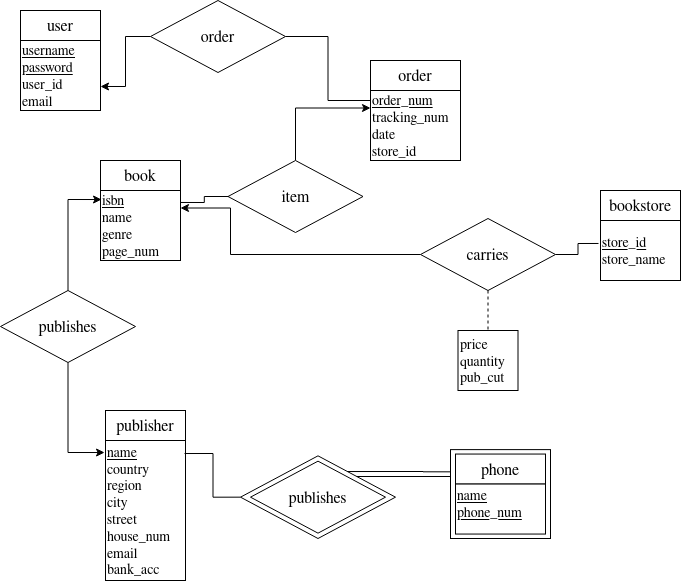
Before: Report/images/ERDiagram.png, a diagram exported from draw.io (AdamPayzant/COMP3005_Project). Source tidied: cells renumbered, new cells last; positions are measured from the earlier drawing's top-left corner, leaving out a move shared by most shapes. Its diagram source:
```xml
<mxGraphModel>
  <root>
    <mxCell id="0" />
    <mxCell id="1" parent="0" />
    <mxCell id="2" value="&lt;font style=&quot;font-size: 16px&quot;&gt;book&lt;/font&gt;" style="rounded=0;whiteSpace=wrap;html=1;" parent="1" vertex="1">
      <mxGeometry x="100" y="160" width="80" height="30" as="geometry" />
    </mxCell>
    <mxCell id="3" value="&lt;font style=&quot;font-size: 14px&quot;&gt;&lt;u&gt;isbn&lt;/u&gt;&lt;/font&gt;&lt;div style=&quot;font-size: 14px&quot;&gt;&lt;font style=&quot;font-size: 14px&quot;&gt;name&lt;/font&gt;&lt;/div&gt;&lt;div style=&quot;font-size: 14px&quot;&gt;&lt;font style=&quot;font-size: 14px&quot;&gt;genre&lt;/font&gt;&lt;/div&gt;&lt;div style=&quot;font-size: 14px&quot;&gt;&lt;font style=&quot;font-size: 14px&quot;&gt;page_num&lt;br&gt;&lt;/font&gt;&lt;/div&gt;" style="rounded=0;whiteSpace=wrap;html=1;align=left;" parent="1" vertex="1">
      <mxGeometry x="100" y="190" width="80" height="70" as="geometry" />
    </mxCell>
    <mxCell id="4" value="&lt;font style=&quot;font-size: 16px&quot;&gt;user&lt;br&gt;&lt;/font&gt;" style="rounded=0;whiteSpace=wrap;html=1;" parent="1" vertex="1">
      <mxGeometry x="20" y="10" width="80" height="30" as="geometry" />
    </mxCell>
    <mxCell id="5" value="&lt;div style=&quot;font-size: 14px&quot; align=&quot;left&quot;&gt;&lt;font style=&quot;font-size: 14px&quot;&gt;&lt;u&gt;username&lt;/u&gt;&lt;/font&gt;&lt;/div&gt;&lt;div style=&quot;font-size: 14px&quot; align=&quot;left&quot;&gt;&lt;font style=&quot;font-size: 14px&quot;&gt;&lt;u&gt;password&lt;/u&gt;&lt;/font&gt;&lt;/div&gt;&lt;div style=&quot;font-size: 14px&quot; align=&quot;left&quot;&gt;&lt;font style=&quot;font-size: 14px&quot;&gt;user_id&lt;br&gt;&lt;/font&gt;&lt;/div&gt;&lt;div style=&quot;font-size: 14px&quot; align=&quot;left&quot;&gt;&lt;font style=&quot;font-size: 14px&quot;&gt;email&lt;br&gt;&lt;/font&gt;&lt;/div&gt;" style="rounded=0;whiteSpace=wrap;html=1;align=left;" parent="1" vertex="1">
      <mxGeometry x="20" y="40" width="80" height="70" as="geometry" />
    </mxCell>
    <mxCell id="6" value="&lt;font style=&quot;font-size: 16px&quot;&gt;order&lt;/font&gt;" style="rounded=0;whiteSpace=wrap;html=1;" parent="1" vertex="1">
      <mxGeometry x="370" y="60" width="90" height="30" as="geometry" />
    </mxCell>
    <mxCell id="7" value="&lt;div style=&quot;font-size: 14px&quot;&gt;&lt;font style=&quot;font-size: 14px&quot;&gt;&lt;u&gt;order_num&lt;/u&gt;&lt;/font&gt;&lt;/div&gt;&lt;div style=&quot;font-size: 14px&quot;&gt;&lt;font style=&quot;font-size: 14px&quot;&gt;tracking_num&lt;br&gt;&lt;/font&gt;&lt;/div&gt;&lt;div style=&quot;font-size: 14px&quot;&gt;&lt;font style=&quot;font-size: 14px&quot;&gt;date&lt;/font&gt;&lt;/div&gt;&lt;div style=&quot;font-size: 14px&quot;&gt;&lt;font style=&quot;font-size: 14px&quot;&gt;store_id&lt;br&gt;&lt;/font&gt;&lt;/div&gt;" style="rounded=0;whiteSpace=wrap;html=1;align=left;" parent="1" vertex="1">
      <mxGeometry x="370" y="90" width="90" height="70" as="geometry" />
    </mxCell>
    <mxCell id="8" value="&lt;font style=&quot;font-size: 16px&quot;&gt;publisher&lt;/font&gt;" style="rounded=0;whiteSpace=wrap;html=1;" parent="1" vertex="1">
      <mxGeometry x="105" y="410" width="80" height="30" as="geometry" />
    </mxCell>
    <mxCell id="9" value="&lt;div style=&quot;font-size: 14px&quot; align=&quot;left&quot;&gt;&lt;font style=&quot;font-size: 14px&quot;&gt;&lt;u&gt;name&lt;br&gt;&lt;/u&gt;&lt;/font&gt;&lt;/div&gt;&lt;div style=&quot;font-size: 14px&quot; align=&quot;left&quot;&gt;&lt;font style=&quot;font-size: 14px&quot;&gt;country&lt;/font&gt;&lt;/div&gt;&lt;div style=&quot;font-size: 14px&quot; align=&quot;left&quot;&gt;&lt;font style=&quot;font-size: 14px&quot;&gt;region&lt;br&gt;&lt;/font&gt;&lt;/div&gt;&lt;div style=&quot;font-size: 14px&quot; align=&quot;left&quot;&gt;&lt;font style=&quot;font-size: 14px&quot;&gt;city&lt;/font&gt;&lt;/div&gt;&lt;div style=&quot;font-size: 14px&quot; align=&quot;left&quot;&gt;&lt;font style=&quot;font-size: 14px&quot;&gt;street&lt;/font&gt;&lt;/div&gt;&lt;div style=&quot;font-size: 14px&quot; align=&quot;left&quot;&gt;&lt;font style=&quot;font-size: 14px&quot;&gt;house_num&lt;br&gt;&lt;/font&gt;&lt;/div&gt;&lt;div style=&quot;font-size: 14px&quot; align=&quot;left&quot;&gt;email&lt;/div&gt;&lt;div style=&quot;font-size: 14px&quot; align=&quot;left&quot;&gt;bank_acc&lt;br&gt;&lt;font style=&quot;font-size: 14px&quot;&gt;&lt;u&gt;&lt;/u&gt;&lt;/font&gt;&lt;/div&gt;" style="rounded=0;whiteSpace=wrap;html=1;align=left;" parent="1" vertex="1">
      <mxGeometry x="105" y="440" width="80" height="140" as="geometry" />
    </mxCell>
    <mxCell id="10" value="&lt;font style=&quot;font-size: 16px&quot;&gt;phone&lt;br&gt;&lt;/font&gt;" style="rounded=0;whiteSpace=wrap;html=1;" parent="1" vertex="1">
      <mxGeometry x="455" y="453.6" width="90" height="30" as="geometry" />
    </mxCell>
    <mxCell id="11" value="&lt;div style=&quot;font-size: 14px&quot; align=&quot;left&quot;&gt;&lt;font style=&quot;font-size: 14px&quot;&gt;&lt;br&gt;&lt;/font&gt;&lt;/div&gt;&lt;div style=&quot;font-size: 14px&quot; align=&quot;left&quot;&gt;&lt;font style=&quot;font-size: 14px&quot;&gt;&lt;u&gt;name&lt;/u&gt;&lt;/font&gt;&lt;/div&gt;&lt;div style=&quot;font-size: 14px&quot; align=&quot;left&quot;&gt;&lt;font style=&quot;font-size: 14px&quot;&gt;&lt;u&gt;phone_num&lt;/u&gt;&lt;br&gt;&lt;/font&gt;&lt;/div&gt;&lt;div&gt;&lt;br&gt;&lt;/div&gt;&lt;div&gt;&lt;br&gt;&lt;/div&gt;" style="rounded=0;whiteSpace=wrap;html=1;align=left;" parent="1" vertex="1">
      <mxGeometry x="455" y="483.6" width="90" height="50" as="geometry" />
    </mxCell>
    <mxCell id="12" value="&lt;font style=&quot;font-size: 16px&quot;&gt;bookstore&lt;/font&gt;" style="rounded=0;whiteSpace=wrap;html=1;" parent="1" vertex="1">
      <mxGeometry x="600" y="190" width="80" height="30" as="geometry" />
    </mxCell>
    <mxCell id="13" value="&lt;div style=&quot;font-size: 14px&quot; align=&quot;left&quot;&gt;&lt;u&gt;store_id&lt;br&gt;&lt;/u&gt;&lt;/div&gt;&lt;div style=&quot;font-size: 14px&quot; align=&quot;left&quot;&gt;store_name&lt;br&gt;&lt;u&gt;&lt;/u&gt;&lt;/div&gt;" style="rounded=0;whiteSpace=wrap;html=1;align=left;" parent="1" vertex="1">
      <mxGeometry x="600" y="220" width="80" height="60" as="geometry" />
    </mxCell>
    <mxCell id="14" style="edgeStyle=orthogonalEdgeStyle;rounded=0;jettySize=auto;html=1;entryX=-0.012;entryY=0.086;entryDx=0;entryDy=0;entryPerimeter=0;startArrow=none;startFill=0;" parent="1" edge="1" source="16" target="9">
      <mxGeometry relative="1" as="geometry" />
    </mxCell>
    <mxCell id="15" style="edgeStyle=orthogonalEdgeStyle;rounded=0;jettySize=auto;html=1;exitX=0.5;exitY=0;exitDx=0;exitDy=0;entryX=0.013;entryY=0.129;entryDx=0;entryDy=0;entryPerimeter=0;startArrow=none;startFill=0;" parent="1" edge="1" source="16" target="3">
      <mxGeometry relative="1" as="geometry" />
    </mxCell>
    <mxCell id="16" value="&lt;font style=&quot;font-size: 16px&quot;&gt;publishes&lt;/font&gt;" style="rhombus;whiteSpace=wrap;html=1;" parent="1" vertex="1">
      <mxGeometry y="290" width="135" height="72" as="geometry" />
    </mxCell>
    <mxCell id="17" style="edgeStyle=orthogonalEdgeStyle;rounded=0;jettySize=auto;html=1;exitX=0;exitY=0.5;exitDx=0;exitDy=0;entryX=1;entryY=0.171;entryDx=0;entryDy=0;entryPerimeter=0;startArrow=none;startFill=0;endArrow=none;endFill=0;" parent="1" edge="1" source="19" target="3">
      <mxGeometry relative="1" as="geometry" />
    </mxCell>
    <mxCell id="18" style="edgeStyle=orthogonalEdgeStyle;rounded=0;jettySize=auto;html=1;exitX=0.5;exitY=0;exitDx=0;exitDy=0;entryX=0;entryY=0.25;entryDx=0;entryDy=0;startArrow=none;startFill=0;" parent="1" edge="1" source="19" target="7">
      <mxGeometry relative="1" as="geometry" />
    </mxCell>
    <mxCell id="19" value="&lt;font style=&quot;font-size: 16px&quot;&gt;item&lt;/font&gt;" style="rhombus;whiteSpace=wrap;html=1;" parent="1" vertex="1">
      <mxGeometry x="227.5" y="160" width="135" height="72" as="geometry" />
    </mxCell>
    <mxCell id="20" style="edgeStyle=orthogonalEdgeStyle;rounded=0;jettySize=auto;html=1;exitX=0;exitY=0.5;exitDx=0;exitDy=0;entryX=1;entryY=0.657;entryDx=0;entryDy=0;entryPerimeter=0;startArrow=none;startFill=0;" parent="1" edge="1" source="22" target="5">
      <mxGeometry relative="1" as="geometry" />
    </mxCell>
    <mxCell id="21" style="edgeStyle=orthogonalEdgeStyle;rounded=0;jettySize=auto;html=1;exitX=1;exitY=0.5;exitDx=0;exitDy=0;entryX=0;entryY=0.143;entryDx=0;entryDy=0;entryPerimeter=0;startArrow=none;startFill=0;endArrow=none;endFill=0;" parent="1" edge="1" source="22" target="7">
      <mxGeometry relative="1" as="geometry" />
    </mxCell>
    <mxCell id="22" value="&lt;font style=&quot;font-size: 16px&quot;&gt;order&lt;/font&gt;" style="rhombus;whiteSpace=wrap;html=1;" parent="1" vertex="1">
      <mxGeometry x="150" width="135" height="72" as="geometry" />
    </mxCell>
    <mxCell id="23" style="edgeStyle=orthogonalEdgeStyle;rounded=0;jettySize=auto;html=1;exitX=1;exitY=0.5;exitDx=0;exitDy=0;entryX=-0.025;entryY=0.383;entryDx=0;entryDy=0;entryPerimeter=0;startArrow=none;startFill=0;endArrow=none;endFill=0;" parent="1" edge="1" source="26" target="13">
      <mxGeometry relative="1" as="geometry" />
    </mxCell>
    <mxCell id="24" style="edgeStyle=orthogonalEdgeStyle;rounded=0;jettySize=auto;html=1;exitX=0;exitY=0.5;exitDx=0;exitDy=0;entryX=1;entryY=0.25;entryDx=0;entryDy=0;startArrow=none;startFill=0;" parent="1" edge="1" source="26" target="3">
      <mxGeometry relative="1" as="geometry">
        <Array as="points">
          <mxPoint x="230" y="254" />
          <mxPoint x="230" y="208" />
        </Array>
      </mxGeometry>
    </mxCell>
    <mxCell id="25" style="edgeStyle=orthogonalEdgeStyle;rounded=0;jettySize=auto;html=1;entryX=0.5;entryY=0;entryDx=0;entryDy=0;startArrow=none;startFill=0;endArrow=none;endFill=0;dashed=1;" parent="1" edge="1" source="26" target="27">
      <mxGeometry relative="1" as="geometry" />
    </mxCell>
    <mxCell id="26" value="&lt;font style=&quot;font-size: 16px&quot;&gt;carries&lt;/font&gt;" style="rhombus;whiteSpace=wrap;html=1;" parent="1" vertex="1">
      <mxGeometry x="420" y="218" width="135" height="72" as="geometry" />
    </mxCell>
    <mxCell id="27" value="&lt;div style=&quot;font-size: 14px&quot; align=&quot;left&quot;&gt;&lt;font style=&quot;font-size: 14px&quot;&gt;price&lt;/font&gt;&lt;/div&gt;&lt;div style=&quot;font-size: 14px&quot; align=&quot;left&quot;&gt;&lt;font style=&quot;font-size: 14px&quot;&gt;quantity&lt;/font&gt;&lt;/div&gt;&lt;div style=&quot;font-size: 14px&quot; align=&quot;left&quot;&gt;&lt;font style=&quot;font-size: 14px&quot;&gt;pub_cut&lt;br&gt;&lt;/font&gt;&lt;/div&gt;" style="rounded=0;whiteSpace=wrap;html=1;align=left;" parent="1" vertex="1">
      <mxGeometry x="457.5" y="330" width="60" height="60" as="geometry" />
    </mxCell>
    <mxCell id="28" style="edgeStyle=orthogonalEdgeStyle;rounded=0;jettySize=auto;html=1;exitX=0;exitY=0.25;exitDx=0;exitDy=0;entryX=0.69;entryY=0.19;entryDx=0;entryDy=0;entryPerimeter=0;startArrow=none;startFill=0;endArrow=none;endFill=0;" parent="1" edge="1" source="30" target="33">
      <mxGeometry relative="1" as="geometry" />
    </mxCell>
    <mxCell id="29" style="edgeStyle=orthogonalEdgeStyle;rounded=0;jettySize=auto;html=1;exitX=0;exitY=0.5;exitDx=0;exitDy=0;entryX=1;entryY=0;entryDx=0;entryDy=0;startArrow=none;startFill=0;endArrow=none;endFill=0;" parent="1" edge="1" source="30" target="33">
      <mxGeometry relative="1" as="geometry">
        <Array as="points">
          <mxPoint x="450" y="476" />
        </Array>
      </mxGeometry>
    </mxCell>
    <mxCell id="30" style="rounded=0;whiteSpace=wrap;html=1;fillColor=none;" parent="1" vertex="1">
      <mxGeometry x="450" y="449.1" width="100" height="88.9" as="geometry" />
    </mxCell>
    <mxCell id="31" value="&lt;font style=&quot;font-size: 16px&quot;&gt;publishes&lt;/font&gt;" style="rhombus;whiteSpace=wrap;html=1;" parent="1" vertex="1">
      <mxGeometry x="250" y="460.7" width="135" height="72" as="geometry" />
    </mxCell>
    <mxCell id="32" style="edgeStyle=orthogonalEdgeStyle;rounded=0;jettySize=auto;html=1;exitX=0;exitY=0.5;exitDx=0;exitDy=0;entryX=0.988;entryY=0.093;entryDx=0;entryDy=0;entryPerimeter=0;startArrow=none;startFill=0;endArrow=none;endFill=0;" parent="1" edge="1" source="33" target="9">
      <mxGeometry relative="1" as="geometry" />
    </mxCell>
    <mxCell id="33" style="rhombus;whiteSpace=wrap;html=1;fillColor=none;" parent="1" vertex="1">
      <mxGeometry x="240" y="455.3" width="155" height="82.7" as="geometry" />
    </mxCell>
  </root>
</mxGraphModel>
```
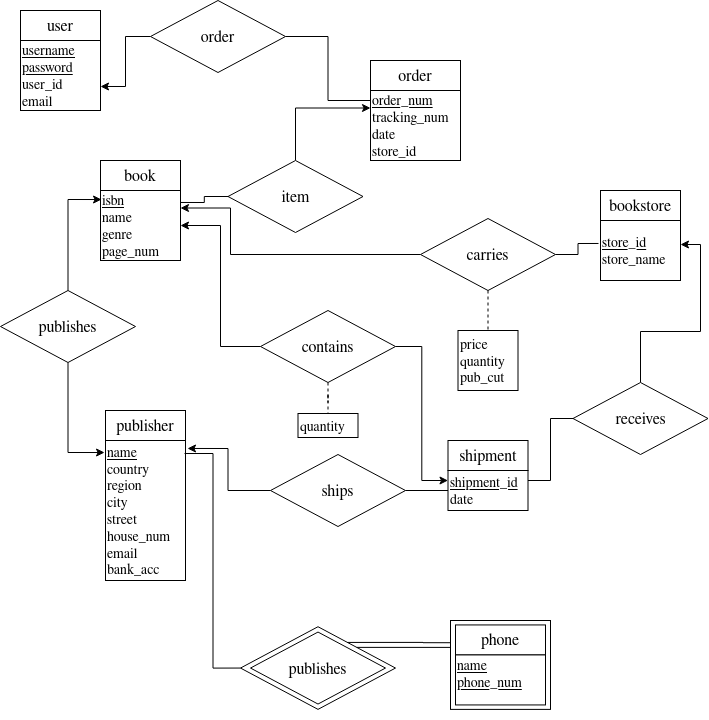
After the change.

Commit message:
Finished ER, Relations, and Diagram in Report

What changed in the source:
```diff
@@ -27,10 +27,10 @@
       <mxGeometry x="105" y="440" width="80" height="140" as="geometry" />
     </mxCell>
     <mxCell id="10" value="&lt;font style=&quot;font-size: 16px&quot;&gt;phone&lt;br&gt;&lt;/font&gt;" style="rounded=0;whiteSpace=wrap;html=1;" parent="1" vertex="1">
-      <mxGeometry x="455" y="453.6" width="90" height="30" as="geometry" />
+      <mxGeometry x="455" y="624.4" width="90" height="30" as="geometry" />
     </mxCell>
     <mxCell id="11" value="&lt;div style=&quot;font-size: 14px&quot; align=&quot;left&quot;&gt;&lt;font style=&quot;font-size: 14px&quot;&gt;&lt;br&gt;&lt;/font&gt;&lt;/div&gt;&lt;div style=&quot;font-size: 14px&quot; align=&quot;left&quot;&gt;&lt;font style=&quot;font-size: 14px&quot;&gt;&lt;u&gt;name&lt;/u&gt;&lt;/font&gt;&lt;/div&gt;&lt;div style=&quot;font-size: 14px&quot; align=&quot;left&quot;&gt;&lt;font style=&quot;font-size: 14px&quot;&gt;&lt;u&gt;phone_num&lt;/u&gt;&lt;br&gt;&lt;/font&gt;&lt;/div&gt;&lt;div&gt;&lt;br&gt;&lt;/div&gt;&lt;div&gt;&lt;br&gt;&lt;/div&gt;" style="rounded=0;whiteSpace=wrap;html=1;align=left;" parent="1" vertex="1">
-      <mxGeometry x="455" y="483.6" width="90" height="50" as="geometry" />
+      <mxGeometry x="455" y="654.4" width="90" height="50" as="geometry" />
     </mxCell>
     <mxCell id="12" value="&lt;font style=&quot;font-size: 16px&quot;&gt;bookstore&lt;/font&gt;" style="rounded=0;whiteSpace=wrap;html=1;" parent="1" vertex="1">
       <mxGeometry x="600" y="190" width="80" height="30" as="geometry" />
@@ -91,21 +91,60 @@
     <mxCell id="29" style="edgeStyle=orthogonalEdgeStyle;rounded=0;jettySize=auto;html=1;exitX=0;exitY=0.5;exitDx=0;exitDy=0;entryX=1;entryY=0;entryDx=0;entryDy=0;startArrow=none;startFill=0;endArrow=none;endFill=0;" parent="1" edge="1" source="30" target="33">
       <mxGeometry relative="1" as="geometry">
         <Array as="points">
-          <mxPoint x="450" y="476" />
+          <mxPoint x="450" y="646.9" />
         </Array>
       </mxGeometry>
     </mxCell>
     <mxCell id="30" style="rounded=0;whiteSpace=wrap;html=1;fillColor=none;" parent="1" vertex="1">
-      <mxGeometry x="450" y="449.1" width="100" height="88.9" as="geometry" />
+      <mxGeometry x="450" y="620" width="100" height="88.9" as="geometry" />
     </mxCell>
     <mxCell id="31" value="&lt;font style=&quot;font-size: 16px&quot;&gt;publishes&lt;/font&gt;" style="rhombus;whiteSpace=wrap;html=1;" parent="1" vertex="1">
-      <mxGeometry x="250" y="460.7" width="135" height="72" as="geometry" />
+      <mxGeometry x="250" y="631.6" width="135" height="72" as="geometry" />
     </mxCell>
     <mxCell id="32" style="edgeStyle=orthogonalEdgeStyle;rounded=0;jettySize=auto;html=1;exitX=0;exitY=0.5;exitDx=0;exitDy=0;entryX=0.988;entryY=0.093;entryDx=0;entryDy=0;entryPerimeter=0;startArrow=none;startFill=0;endArrow=none;endFill=0;" parent="1" edge="1" source="33" target="9">
       <mxGeometry relative="1" as="geometry" />
     </mxCell>
     <mxCell id="33" style="rhombus;whiteSpace=wrap;html=1;fillColor=none;" parent="1" vertex="1">
-      <mxGeometry x="240" y="455.3" width="155" height="82.7" as="geometry" />
+      <mxGeometry x="240" y="626.2" width="155" height="82.7" as="geometry" />
     </mxCell>
+    <mxCell id="34" style="edgeStyle=orthogonalEdgeStyle;rounded=0;jettySize=auto;html=1;entryX=1;entryY=0.5;entryDx=0;entryDy=0;startArrow=none;startFill=0;endArrow=classic;endFill=1;" parent="1" edge="1" source="37" target="3">
+      <mxGeometry relative="1" as="geometry" />
+    </mxCell>
+    <mxCell id="35" style="edgeStyle=orthogonalEdgeStyle;rounded=0;jettySize=auto;html=1;exitX=1;exitY=0.5;exitDx=0;exitDy=0;entryX=0;entryY=0.25;entryDx=0;entryDy=0;startArrow=none;startFill=0;endArrow=classic;endFill=1;" parent="1" edge="1" source="37" target="45">
+      <mxGeometry relative="1" as="geometry" />
+    </mxCell>
+    <mxCell id="36" style="edgeStyle=orthogonalEdgeStyle;rounded=0;jettySize=auto;html=1;startArrow=none;startFill=0;endArrow=none;endFill=0;dashed=1;" parent="1" edge="1" source="37" target="46">
+      <mxGeometry relative="1" as="geometry" />
+    </mxCell>
+    <mxCell id="37" value="&lt;font style=&quot;font-size: 16px&quot;&gt;contains&lt;br&gt;&lt;/font&gt;" style="rhombus;whiteSpace=wrap;html=1;" parent="1" vertex="1">
+      <mxGeometry x="260" y="310" width="135" height="72" as="geometry" />
+    </mxCell>
+    <mxCell id="38" style="edgeStyle=orthogonalEdgeStyle;rounded=0;jettySize=auto;html=1;entryX=1;entryY=0.4;entryDx=0;entryDy=0;entryPerimeter=0;startArrow=none;startFill=0;endArrow=classic;endFill=1;" parent="1" edge="1" source="40" target="13">
+      <mxGeometry relative="1" as="geometry" />
+    </mxCell>
+    <mxCell id="39" style="edgeStyle=orthogonalEdgeStyle;rounded=0;jettySize=auto;html=1;exitX=0;exitY=0.5;exitDx=0;exitDy=0;entryX=1;entryY=0.25;entryDx=0;entryDy=0;startArrow=none;startFill=0;endArrow=none;endFill=0;" parent="1" edge="1" source="40" target="45">
+      <mxGeometry relative="1" as="geometry" />
+    </mxCell>
+    <mxCell id="40" value="&lt;font style=&quot;font-size: 16px&quot;&gt;receives &lt;br&gt;&lt;/font&gt;" style="rhombus;whiteSpace=wrap;html=1;" parent="1" vertex="1">
+      <mxGeometry x="572.5" y="382" width="135" height="72" as="geometry" />
+    </mxCell>
+    <mxCell id="41" style="edgeStyle=orthogonalEdgeStyle;rounded=0;jettySize=auto;html=1;entryX=0;entryY=0.5;entryDx=0;entryDy=0;startArrow=none;startFill=0;endArrow=none;endFill=0;" parent="1" edge="1" source="43" target="45">
+      <mxGeometry relative="1" as="geometry" />
+    </mxCell>
+    <mxCell id="42" style="edgeStyle=orthogonalEdgeStyle;rounded=0;jettySize=auto;html=1;exitX=0;exitY=0.5;exitDx=0;exitDy=0;entryX=1.025;entryY=0.057;entryDx=0;entryDy=0;entryPerimeter=0;startArrow=none;startFill=0;endArrow=classic;endFill=1;" parent="1" edge="1" source="43" target="9">
+      <mxGeometry relative="1" as="geometry" />
+    </mxCell>
+    <mxCell id="43" value="&lt;font style=&quot;font-size: 16px&quot;&gt;ships&lt;br&gt;&lt;/font&gt;" style="rhombus;whiteSpace=wrap;html=1;" parent="1" vertex="1">
+      <mxGeometry x="270" y="454" width="135" height="72" as="geometry" />
+    </mxCell>
+    <mxCell id="44" value="&lt;font style=&quot;font-size: 16px&quot;&gt;shipment&lt;/font&gt;" style="rounded=0;whiteSpace=wrap;html=1;" parent="1" vertex="1">
+      <mxGeometry x="447.5" y="440" width="80" height="30" as="geometry" />
+    </mxCell>
+    <mxCell id="45" value="&lt;div style=&quot;font-size: 14px&quot;&gt;&lt;font style=&quot;font-size: 14px&quot;&gt;&lt;u&gt;shipment_id&lt;/u&gt;&lt;/font&gt;&lt;/div&gt;&lt;font style=&quot;font-size: 14px&quot;&gt;date&lt;br&gt;&lt;/font&gt;" style="rounded=0;whiteSpace=wrap;html=1;align=left;" parent="1" vertex="1">
+      <mxGeometry x="447.5" y="470" width="80" height="40" as="geometry" />
+    </mxCell>
+    <mxCell id="46" value="&lt;font style=&quot;font-size: 14px&quot;&gt;quantity&lt;/font&gt;" style="rounded=0;whiteSpace=wrap;html=1;align=left;" parent="1" vertex="1">
+      <mxGeometry x="297.5" y="413" width="60" height="24" as="geometry" />
+    </mxCell>
   </root>
 </mxGraphModel>
```
